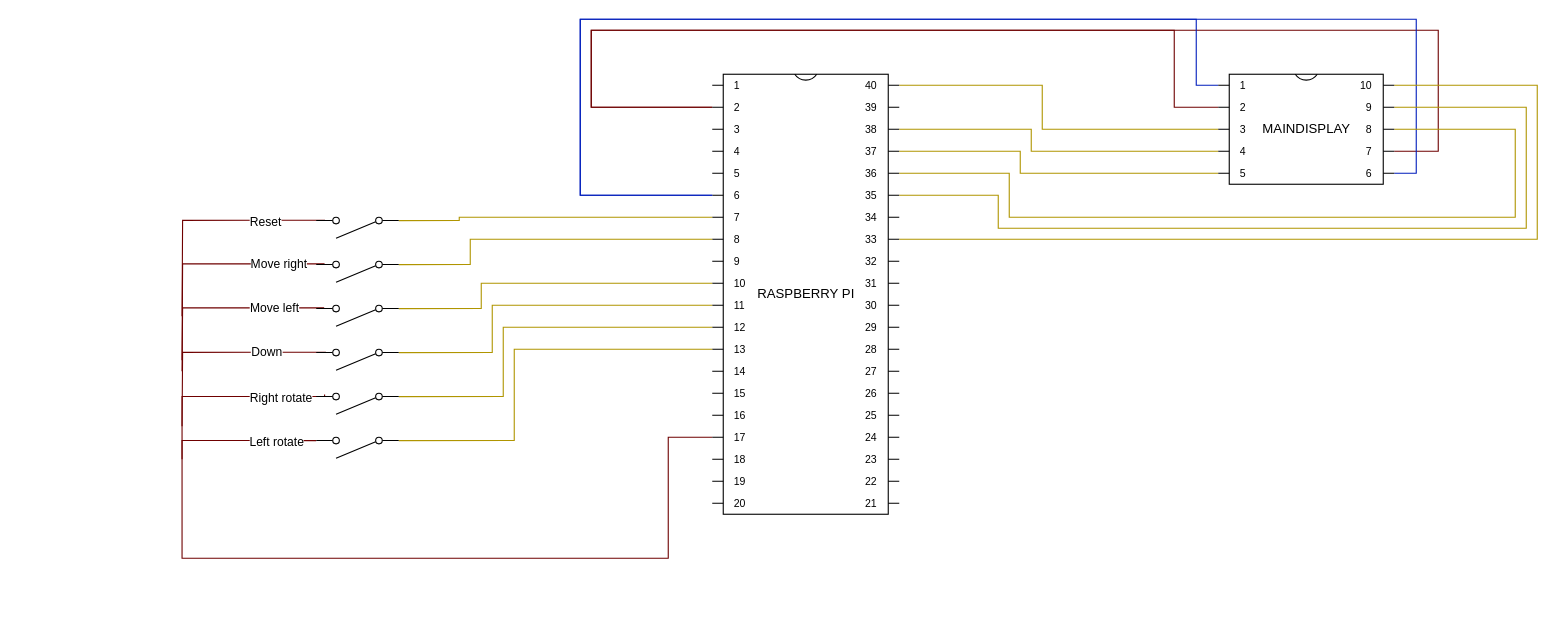
This is page "ALL" (2 of 2) of drowio/circuit.dio from Rark7040/Tetris, a draw.io file, before an edit. Source tidied: cells renumbered, new cells numbered last; positions are measured from the earlier drawing's top-left corner, leaving out a move shared by most shapes. Both pictures are drawn from the tidied source at 110%, with x=0, y=0 at pixel (182, 19).
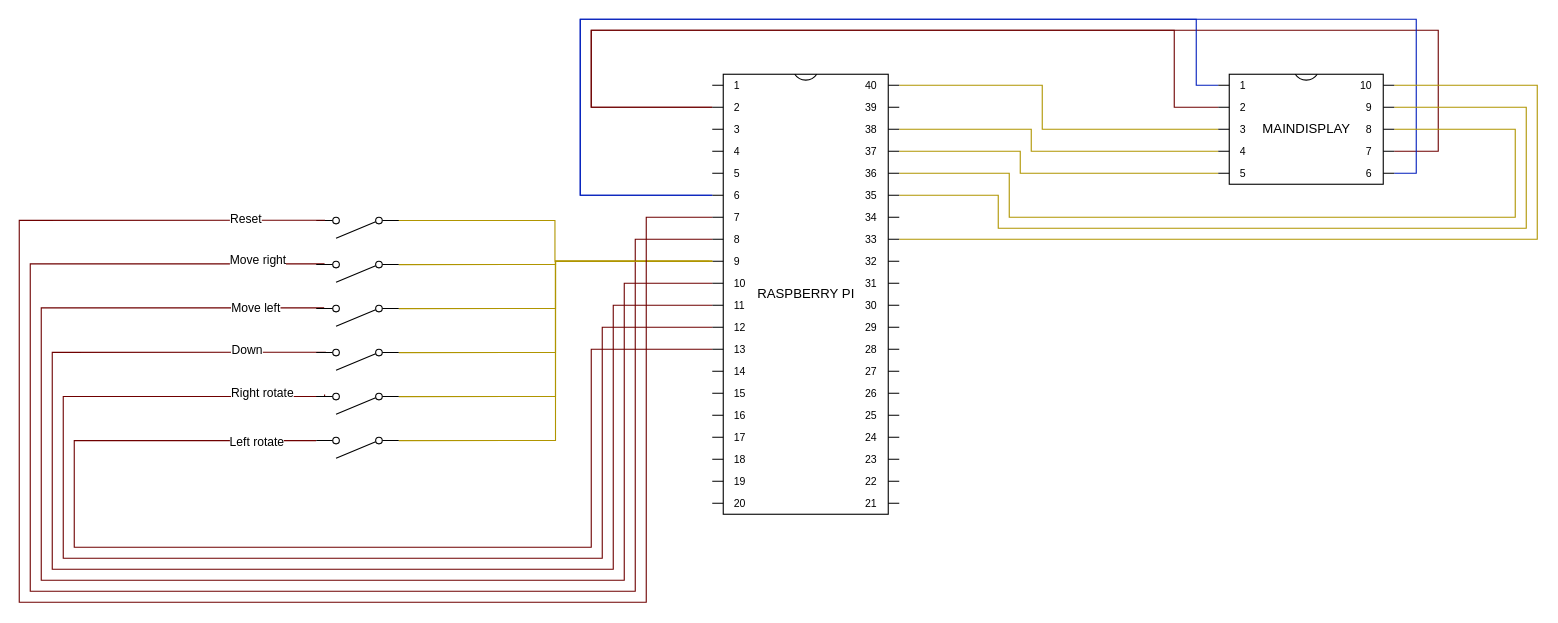
After the change.

Unchanged cells that the change refers to:
```xml
<mxCell id="6" value="RASPBERRY PI" style="shadow=0;dashed=0;align=center;html=1;strokeWidth=1;shape=mxgraph.electrical.logic_gates.dual_inline_ic;labelNames=a,b,c,d,e,f,g,h,i,j,k,l,m,n,o,p,q,r,s,t;" parent="1" vertex="1">
  <mxGeometry x="482" y="50" width="170" height="400" as="geometry" />
</mxCell>
<mxCell id="19" style="verticalLabelPosition=bottom;shadow=0;dashed=0;align=center;html=1;verticalAlign=top;shape=mxgraph.electrical.electro-mechanical.simple_switch;direction=west;" parent="1" vertex="1">
  <mxGeometry x="122" y="340" width="75" height="19" as="geometry" />
</mxCell>
<mxCell id="21" style="verticalLabelPosition=bottom;shadow=0;dashed=0;align=center;html=1;verticalAlign=top;shape=mxgraph.electrical.electro-mechanical.simple_switch;direction=west;" parent="1" vertex="1">
  <mxGeometry x="122" y="380" width="75" height="19" as="geometry" />
</mxCell>
<mxCell id="25" style="verticalLabelPosition=bottom;shadow=0;dashed=0;align=center;html=1;verticalAlign=top;shape=mxgraph.electrical.electro-mechanical.simple_switch;direction=west;" parent="1" vertex="1">
  <mxGeometry x="122" y="300" width="75" height="19" as="geometry" />
</mxCell>
<mxCell id="29" style="verticalLabelPosition=bottom;shadow=0;dashed=0;align=center;html=1;verticalAlign=top;shape=mxgraph.electrical.electro-mechanical.simple_switch;direction=west;" parent="1" vertex="1">
  <mxGeometry x="122" y="260" width="75" height="19" as="geometry" />
</mxCell>
<mxCell id="33" style="verticalLabelPosition=bottom;shadow=0;dashed=0;align=center;html=1;verticalAlign=top;shape=mxgraph.electrical.electro-mechanical.simple_switch;direction=west;" parent="1" vertex="1">
  <mxGeometry x="122" y="220" width="75" height="19" as="geometry" />
</mxCell>
```

What changed in the source:
```diff
@@
-    <mxCell id="4" style="edgeStyle=orthogonalEdgeStyle;rounded=0;jettySize=auto;html=1;exitX=0;exitY=0;exitDx=0;exitDy=330;exitPerimeter=0;endArrow=none;endFill=0;entryX=1;entryY=0.84;entryDx=0;entryDy=0;entryPerimeter=0;fillColor=#a20025;strokeColor=#6F0000;" parent="1" edge="1" source="6" target="21">
+    <mxCell id="4" style="edgeStyle=orthogonalEdgeStyle;rounded=0;jettySize=auto;html=1;exitX=0;exitY=0;exitDx=0;exitDy=250;exitPerimeter=0;endArrow=none;endFill=0;entryX=1;entryY=0.84;entryDx=0;entryDy=0;entryPerimeter=0;fillColor=#a20025;strokeColor=#6F0000;" parent="1" edge="1" source="6" target="21">
       <mxGeometry relative="1" as="geometry">
         <Array as="points">
-          <mxPoint x="442" y="380" />
-          <mxPoint x="442" y="490" />
-          <mxPoint y="490" />
-          <mxPoint y="383" />
+          <mxPoint x="372" y="300" />
+          <mxPoint x="372" y="480" />
+          <mxPoint x="-98" y="480" />
+          <mxPoint x="-98" y="383" />
         </Array>
       </mxGeometry>
     </mxCell>
     <mxCell id="5" value="Left rotate" style="edgeLabel;html=1;align=center;verticalAlign=middle;" parent="4" vertex="1">
       <mxGeometry x="0.91" relative="1" as="geometry">
-        <mxPoint x="1" as="offset" />
+        <mxPoint x="-6" as="offset" />
       </mxGeometry>
     </mxCell>
@@
-    <mxCell id="16" style="edgeStyle=orthogonalEdgeStyle;rounded=0;jettySize=auto;html=1;endArrow=none;endFill=0;exitX=0.899;exitY=0.937;exitDx=0;exitDy=0;exitPerimeter=0;fillColor=#a20025;strokeColor=#6F0000;" parent="1" edge="1" source="19">
+    <mxCell id="16" style="edgeStyle=orthogonalEdgeStyle;rounded=0;jettySize=auto;html=1;endArrow=none;endFill=0;exitX=0.899;exitY=0.937;exitDx=0;exitDy=0;exitPerimeter=0;fillColor=#a20025;strokeColor=#6F0000;entryX=0;entryY=0;entryDx=0;entryDy=230;entryPerimeter=0;" parent="1" edge="1" source="19" target="6">
       <mxGeometry relative="1" as="geometry">
-        <mxPoint y="400" as="targetPoint" />
         <Array as="points">
           <mxPoint x="130" y="343" />
-          <mxPoint y="343" />
+          <mxPoint x="-108" y="343" />
+          <mxPoint x="-108" y="490" />
+          <mxPoint x="382" y="490" />
+          <mxPoint x="382" y="280" />
         </Array>
       </mxGeometry>
     </mxCell>
     <mxCell id="17" value="Right rotate" style="edgeLabel;html=1;align=center;verticalAlign=middle;" parent="16" vertex="1">
       <mxGeometry x="-0.49" relative="1" as="geometry">
-        <mxPoint x="6" as="offset" />
+        <mxPoint x="180" y="-67" as="offset" />
       </mxGeometry>
     </mxCell>
-    <mxCell id="18" style="edgeStyle=orthogonalEdgeStyle;rounded=0;jettySize=auto;html=1;exitX=0;exitY=0.84;exitDx=0;exitDy=0;exitPerimeter=0;entryX=0;entryY=0;entryDx=0;entryDy=230;entryPerimeter=0;endArrow=none;endFill=0;fillColor=#e3c800;strokeColor=#B09500;" parent="1" edge="1" source="19" target="6">
-      <mxGeometry relative="1" as="geometry">
-        <Array as="points">
-          <mxPoint x="292" y="343" />
-          <mxPoint x="292" y="280" />
-        </Array>
-      </mxGeometry>
+    <mxCell id="18" style="edgeStyle=orthogonalEdgeStyle;rounded=0;jettySize=auto;html=1;exitX=0;exitY=0.84;exitDx=0;exitDy=0;exitPerimeter=0;entryX=0;entryY=0;entryDx=0;entryDy=170;entryPerimeter=0;endArrow=none;endFill=0;fillColor=#e3c800;strokeColor=#B09500;" parent="1" edge="1" source="19" target="6">
+      <mxGeometry relative="1" as="geometry" />
     </mxCell>
@@
-    <mxCell id="20" style="edgeStyle=orthogonalEdgeStyle;rounded=0;jettySize=auto;html=1;exitX=0;exitY=0.84;exitDx=0;exitDy=0;exitPerimeter=0;entryX=0;entryY=0;entryDx=0;entryDy=250;entryPerimeter=0;endArrow=none;endFill=0;fillColor=#e3c800;strokeColor=#B09500;" parent="1" edge="1" source="21" target="6">
-      <mxGeometry relative="1" as="geometry">
-        <Array as="points">
-          <mxPoint x="302" y="383" />
-          <mxPoint x="302" y="300" />
-        </Array>
-      </mxGeometry>
+    <mxCell id="20" style="edgeStyle=orthogonalEdgeStyle;rounded=0;jettySize=auto;html=1;exitX=0;exitY=0.84;exitDx=0;exitDy=0;exitPerimeter=0;entryX=0;entryY=0;entryDx=0;entryDy=170;entryPerimeter=0;endArrow=none;endFill=0;fillColor=#e3c800;strokeColor=#B09500;" parent="1" edge="1" source="21" target="6">
+      <mxGeometry relative="1" as="geometry" />
     </mxCell>
@@
-    <mxCell id="22" style="edgeStyle=orthogonalEdgeStyle;rounded=0;jettySize=auto;html=1;exitX=0.883;exitY=0.853;exitDx=0;exitDy=0;exitPerimeter=0;endArrow=none;endFill=0;fillColor=#a20025;strokeColor=#6F0000;" parent="1" edge="1" source="25">
+    <mxCell id="22" style="edgeStyle=orthogonalEdgeStyle;rounded=0;jettySize=auto;html=1;exitX=0.883;exitY=0.853;exitDx=0;exitDy=0;exitPerimeter=0;endArrow=none;endFill=0;fillColor=#a20025;strokeColor=#6F0000;entryX=0;entryY=0;entryDx=0;entryDy=210;entryPerimeter=0;" parent="1" edge="1" source="25" target="6">
       <mxGeometry relative="1" as="geometry">
-        <mxPoint y="370" as="targetPoint" />
+        <Array as="points">
+          <mxPoint x="-118" y="303" />
+          <mxPoint x="-118" y="500" />
+          <mxPoint x="392" y="500" />
+          <mxPoint x="392" y="260" />
+        </Array>
       </mxGeometry>
     </mxCell>
     <mxCell id="23" value="Down" style="edgeLabel;html=1;align=center;verticalAlign=middle;" parent="22" vertex="1">
       <mxGeometry x="-0.54" relative="1" as="geometry">
-        <mxPoint x="-9" as="offset" />
+        <mxPoint x="176" y="-50" as="offset" />
       </mxGeometry>
     </mxCell>
-    <mxCell id="24" style="edgeStyle=orthogonalEdgeStyle;rounded=0;jettySize=auto;html=1;exitX=0;exitY=0.84;exitDx=0;exitDy=0;exitPerimeter=0;entryX=0;entryY=0;entryDx=0;entryDy=210;entryPerimeter=0;endArrow=none;endFill=0;fillColor=#e3c800;strokeColor=#B09500;" parent="1" edge="1" source="25" target="6">
-      <mxGeometry relative="1" as="geometry">
-        <Array as="points">
-          <mxPoint x="282" y="303" />
-          <mxPoint x="282" y="260" />
-        </Array>
-      </mxGeometry>
+    <mxCell id="24" style="edgeStyle=orthogonalEdgeStyle;rounded=0;jettySize=auto;html=1;exitX=0;exitY=0.84;exitDx=0;exitDy=0;exitPerimeter=0;entryX=0;entryY=0;entryDx=0;entryDy=170;entryPerimeter=0;endArrow=none;endFill=0;fillColor=#e3c800;strokeColor=#B09500;" parent="1" edge="1" source="25" target="6">
+      <mxGeometry relative="1" as="geometry" />
     </mxCell>
@@
-    <mxCell id="26" style="edgeStyle=orthogonalEdgeStyle;rounded=0;jettySize=auto;html=1;exitX=0.904;exitY=0.874;exitDx=0;exitDy=0;exitPerimeter=0;endArrow=none;endFill=0;fillColor=#a20025;strokeColor=#6F0000;" parent="1" edge="1" source="29">
+    <mxCell id="26" style="edgeStyle=orthogonalEdgeStyle;rounded=0;jettySize=auto;html=1;exitX=0.904;exitY=0.874;exitDx=0;exitDy=0;exitPerimeter=0;endArrow=none;endFill=0;fillColor=#a20025;strokeColor=#6F0000;entryX=0;entryY=0;entryDx=0;entryDy=190;entryPerimeter=0;" parent="1" edge="1" source="29" target="6">
       <mxGeometry relative="1" as="geometry">
-        <mxPoint y="320" as="targetPoint" />
+        <Array as="points">
+          <mxPoint x="-128" y="262" />
+          <mxPoint x="-128" y="510" />
+          <mxPoint x="402" y="510" />
+          <mxPoint x="402" y="240" />
+        </Array>
       </mxGeometry>
     </mxCell>
     <mxCell id="27" value="Move left" style="edgeLabel;html=1;align=center;verticalAlign=middle;" parent="26" vertex="1">
       <mxGeometry x="-0.41" relative="1" as="geometry">
-        <mxPoint x="9" as="offset" />
+        <mxPoint x="194" y="-152" as="offset" />
       </mxGeometry>
     </mxCell>
-    <mxCell id="28" style="edgeStyle=orthogonalEdgeStyle;rounded=0;jettySize=auto;html=1;exitX=0;exitY=0.84;exitDx=0;exitDy=0;exitPerimeter=0;entryX=0;entryY=0;entryDx=0;entryDy=190;entryPerimeter=0;endArrow=none;endFill=0;fillColor=#e3c800;strokeColor=#B09500;" parent="1" edge="1" source="29" target="6">
-      <mxGeometry relative="1" as="geometry">
-        <Array as="points">
-          <mxPoint x="272" y="263" />
-          <mxPoint x="272" y="240" />
-        </Array>
-      </mxGeometry>
+    <mxCell id="28" style="edgeStyle=orthogonalEdgeStyle;rounded=0;jettySize=auto;html=1;exitX=0;exitY=0.84;exitDx=0;exitDy=0;exitPerimeter=0;entryX=0;entryY=0;entryDx=0;entryDy=170;entryPerimeter=0;endArrow=none;endFill=0;fillColor=#e3c800;strokeColor=#B09500;" parent="1" edge="1" source="29" target="6">
+      <mxGeometry relative="1" as="geometry" />
     </mxCell>
@@
-    <mxCell id="30" style="edgeStyle=orthogonalEdgeStyle;rounded=0;jettySize=auto;html=1;endArrow=none;endFill=0;fillColor=#a20025;strokeColor=#6F0000;exitX=0.899;exitY=0.874;exitDx=0;exitDy=0;exitPerimeter=0;" parent="1" edge="1" source="33">
+    <mxCell id="30" style="edgeStyle=orthogonalEdgeStyle;rounded=0;jettySize=auto;html=1;endArrow=none;endFill=0;fillColor=#a20025;strokeColor=#6F0000;exitX=0.899;exitY=0.874;exitDx=0;exitDy=0;exitPerimeter=0;entryX=0;entryY=0;entryDx=0;entryDy=150;entryPerimeter=0;" parent="1" edge="1" source="33" target="6">
       <mxGeometry relative="1" as="geometry">
-        <mxPoint y="310" as="targetPoint" />
+        <Array as="points">
+          <mxPoint x="-138" y="222" />
+          <mxPoint x="-138" y="520" />
+          <mxPoint x="412" y="520" />
+          <mxPoint x="412" y="200" />
+        </Array>
       </mxGeometry>
     </mxCell>
     <mxCell id="31" value="Move right" style="edgeLabel;html=1;align=center;verticalAlign=middle;" parent="30" vertex="1">
       <mxGeometry x="-0.64" relative="1" as="geometry">
-        <mxPoint x="-3" as="offset" />
+        <mxPoint x="206" y="-7" as="offset" />
       </mxGeometry>
     </mxCell>
-    <mxCell id="32" style="edgeStyle=orthogonalEdgeStyle;rounded=0;jettySize=auto;html=1;exitX=0;exitY=0.84;exitDx=0;exitDy=0;exitPerimeter=0;entryX=0;entryY=0;entryDx=0;entryDy=150;entryPerimeter=0;endArrow=none;endFill=0;fillColor=#e3c800;strokeColor=#B09500;" parent="1" edge="1" source="33" target="6">
-      <mxGeometry relative="1" as="geometry">
-        <Array as="points">
-          <mxPoint x="262" y="223" />
-          <mxPoint x="262" y="200" />
-        </Array>
-      </mxGeometry>
+    <mxCell id="32" style="edgeStyle=orthogonalEdgeStyle;rounded=0;jettySize=auto;html=1;exitX=0;exitY=0.84;exitDx=0;exitDy=0;exitPerimeter=0;entryX=0;entryY=0;entryDx=0;entryDy=170;entryPerimeter=0;fillColor=#e3c800;strokeColor=#B09500;endArrow=none;endFill=0;" parent="1" edge="1" source="33" target="6">
+      <mxGeometry relative="1" as="geometry" />
     </mxCell>
@@
+    <mxCell id="36" style="edgeStyle=orthogonalEdgeStyle;rounded=0;orthogonalLoop=1;jettySize=auto;html=1;exitX=0;exitY=0.84;exitDx=0;exitDy=0;exitPerimeter=0;entryX=0;entryY=0;entryDx=0;entryDy=170;entryPerimeter=0;endArrow=none;endFill=0;fillColor=#e3c800;strokeColor=#B09500;" parent="1" edge="1">
+      <mxGeometry relative="1" as="geometry">
+        <mxPoint x="194" y="183" as="sourcePoint" />
+        <mxPoint x="479" y="220" as="targetPoint" />
+        <Array as="points">
+          <mxPoint x="339" y="183" />
+          <mxPoint x="339" y="220" />
+        </Array>
+      </mxGeometry>
+    </mxCell>
+    <mxCell id="37" style="verticalLabelPosition=bottom;shadow=0;dashed=0;align=center;html=1;verticalAlign=top;shape=mxgraph.electrical.electro-mechanical.simple_switch;direction=west;" parent="1" vertex="1">
+      <mxGeometry x="122" y="180" width="75" height="19" as="geometry" />
+    </mxCell>
-    <mxCell id="34" style="edgeStyle=orthogonalEdgeStyle;rounded=0;jettySize=auto;html=1;exitX=0.893;exitY=0.853;exitDx=0;exitDy=0;exitPerimeter=0;endArrow=none;endFill=0;fillColor=#a20025;strokeColor=#6F0000;" parent="1" edge="1" source="37">
+    <mxCell id="34" style="edgeStyle=orthogonalEdgeStyle;rounded=0;jettySize=auto;html=1;exitX=0.893;exitY=0.853;exitDx=0;exitDy=0;exitPerimeter=0;endArrow=none;endFill=0;fillColor=#a20025;strokeColor=#6F0000;entryX=0;entryY=0;entryDx=0;entryDy=130;entryPerimeter=0;" parent="1" edge="1" source="37" target="6">
       <mxGeometry relative="1" as="geometry">
-        <mxPoint y="270" as="targetPoint" />
+        <Array as="points">
+          <mxPoint x="-148" y="183" />
+          <mxPoint x="-148" y="530" />
+          <mxPoint x="422" y="530" />
+          <mxPoint x="422" y="180" />
+        </Array>
       </mxGeometry>
     </mxCell>
     <mxCell id="35" value="Reset" style="edgeLabel;html=1;align=center;verticalAlign=middle;" parent="34" vertex="1">
       <mxGeometry x="-0.46" y="1" relative="1" as="geometry">
-        <mxPoint x="4" as="offset" />
+        <mxPoint x="204" y="-156" as="offset" />
       </mxGeometry>
     </mxCell>
-    <mxCell id="36" style="edgeStyle=orthogonalEdgeStyle;rounded=0;jettySize=auto;html=1;exitX=0;exitY=0.84;exitDx=0;exitDy=0;exitPerimeter=0;entryX=0;entryY=0;entryDx=0;entryDy=130;entryPerimeter=0;endArrow=none;endFill=0;fillColor=#e3c800;strokeColor=#B09500;" parent="1" edge="1" source="37" target="6">
-      <mxGeometry relative="1" as="geometry">
-        <Array as="points">
-          <mxPoint x="252" y="183" />
-          <mxPoint x="252" y="180" />
-        </Array>
-      </mxGeometry>
-    </mxCell>
-    <mxCell id="37" style="verticalLabelPosition=bottom;shadow=0;dashed=0;align=center;html=1;verticalAlign=top;shape=mxgraph.electrical.electro-mechanical.simple_switch;direction=west;" parent="1" vertex="1">
-      <mxGeometry x="122" y="180" width="75" height="19" as="geometry" />
-    </mxCell>
```
